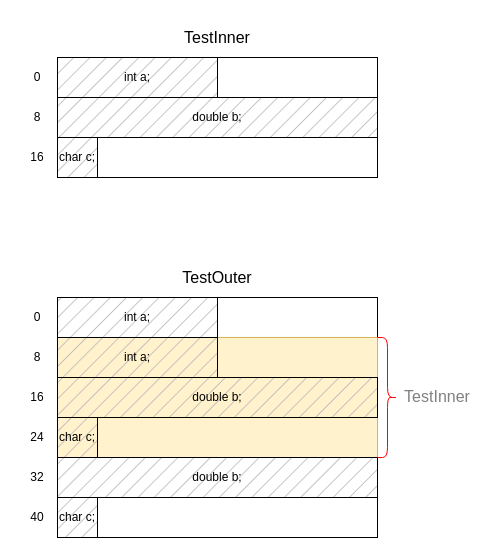
This is cplusplus_alignment.drawio from ZiqingYip/moment, a draw.io file, before an edit. Source tidied: cells renumbered, new cells numbered last; positions are measured from the earlier drawing's top-left corner, leaving out a move shared by most shapes. Both pictures are drawn from the tidied source at 100%, with x=0, y=0 at pixel (17, 17).
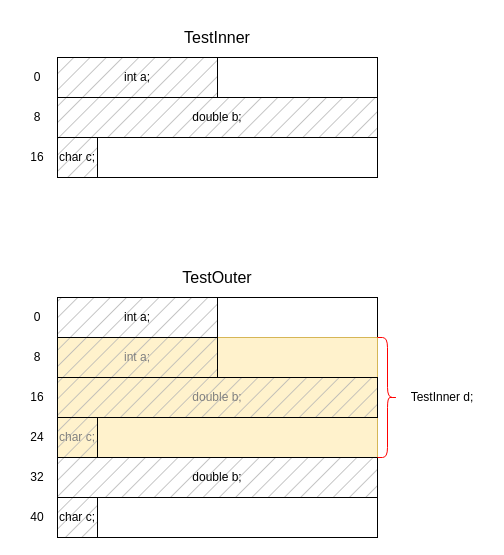
Above is the later version.

What changed in the source:
```diff
@@
-    <mxCell id="18" value="char c;" style="rounded=0;whiteSpace=wrap;html=1;fillStyle=hatch;fillColor=#B3B3B3;" parent="1" vertex="1">
+    <mxCell id="18" value="&lt;font color=&quot;#808080&quot;&gt;char c;&lt;/font&gt;" style="rounded=0;whiteSpace=wrap;html=1;fillStyle=hatch;fillColor=#B3B3B3;" parent="1" vertex="1">
       <mxGeometry x="40" y="400" width="40" height="40" as="geometry" />
     </mxCell>
@@
-    <mxCell id="20" value="int a;" style="rounded=0;whiteSpace=wrap;html=1;fillStyle=hatch;fillColor=#B3B3B3;" parent="1" vertex="1">
+    <mxCell id="20" value="&lt;font color=&quot;#808080&quot;&gt;int a;&lt;/font&gt;" style="rounded=0;whiteSpace=wrap;html=1;fillStyle=hatch;fillColor=#B3B3B3;" parent="1" vertex="1">
       <mxGeometry x="40" y="320" width="160" height="40" as="geometry" />
     </mxCell>
@@
-    <mxCell id="25" value="double b;" style="rounded=0;whiteSpace=wrap;html=1;fillStyle=hatch;fillColor=#B3B3B3;" parent="1" vertex="1">
+    <mxCell id="25" value="&lt;font color=&quot;#808080&quot;&gt;double b;&lt;/font&gt;" style="rounded=0;whiteSpace=wrap;html=1;fillStyle=hatch;fillColor=#B3B3B3;" parent="1" vertex="1">
       <mxGeometry x="40" y="360" width="320" height="40" as="geometry" />
     </mxCell>
@@
-    <mxCell id="30" value="&lt;span style=&quot;font-size: 16px;&quot;&gt;&lt;font color=&quot;#808080&quot;&gt;TestInner&lt;/font&gt;&lt;/span&gt;" style="text;html=1;strokeColor=none;fillColor=none;align=center;verticalAlign=middle;whiteSpace=wrap;rounded=0;" parent="1" vertex="1">
-      <mxGeometry x="380" y="359" width="80" height="40" as="geometry" />
-    </mxCell>
+    <mxCell id="31" value="&lt;font style=&quot;font-size: 12px;&quot;&gt;TestInner d;&lt;/font&gt;" style="text;html=1;strokeColor=none;fillColor=none;align=center;verticalAlign=middle;whiteSpace=wrap;rounded=0;fontStyle=0;" parent="1" vertex="1">
+      <mxGeometry x="380" y="360" width="90" height="40" as="geometry" />
+    </mxCell>
```
